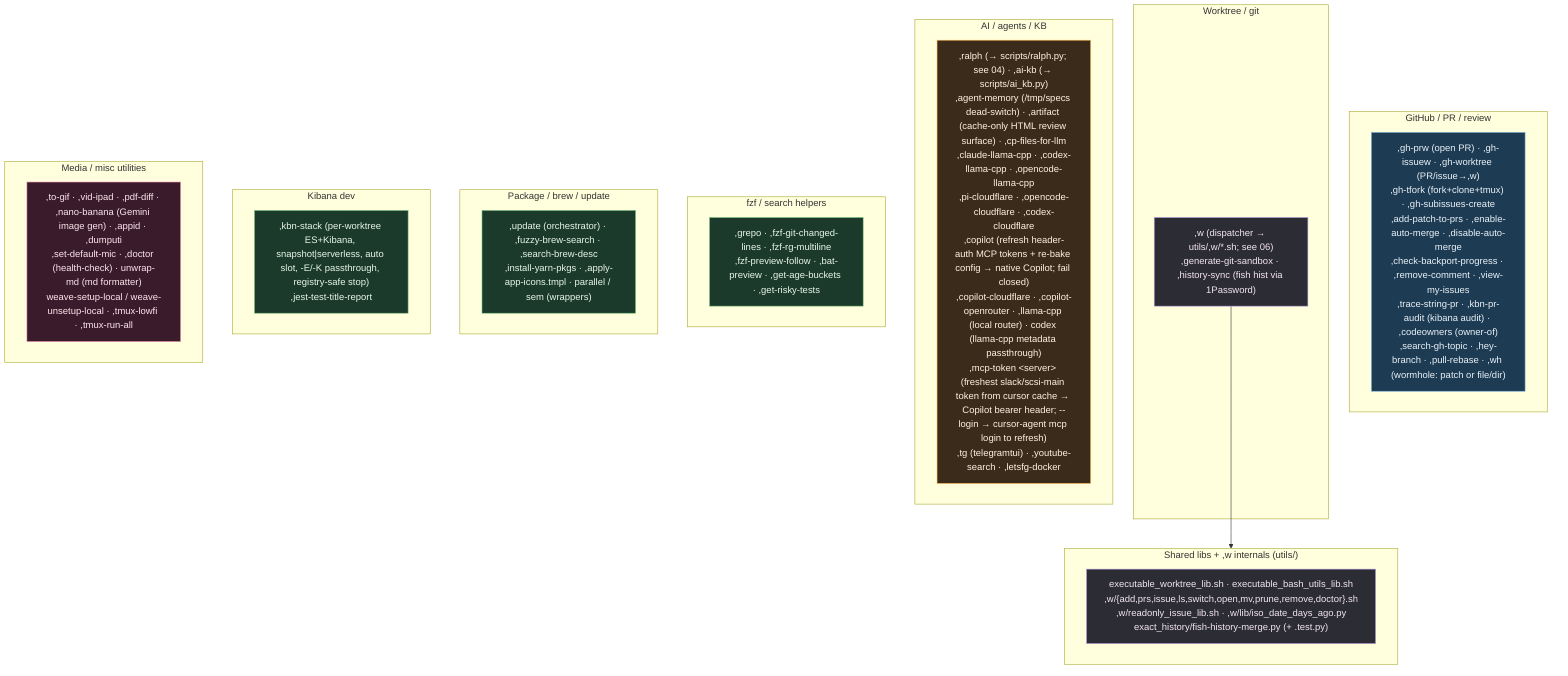
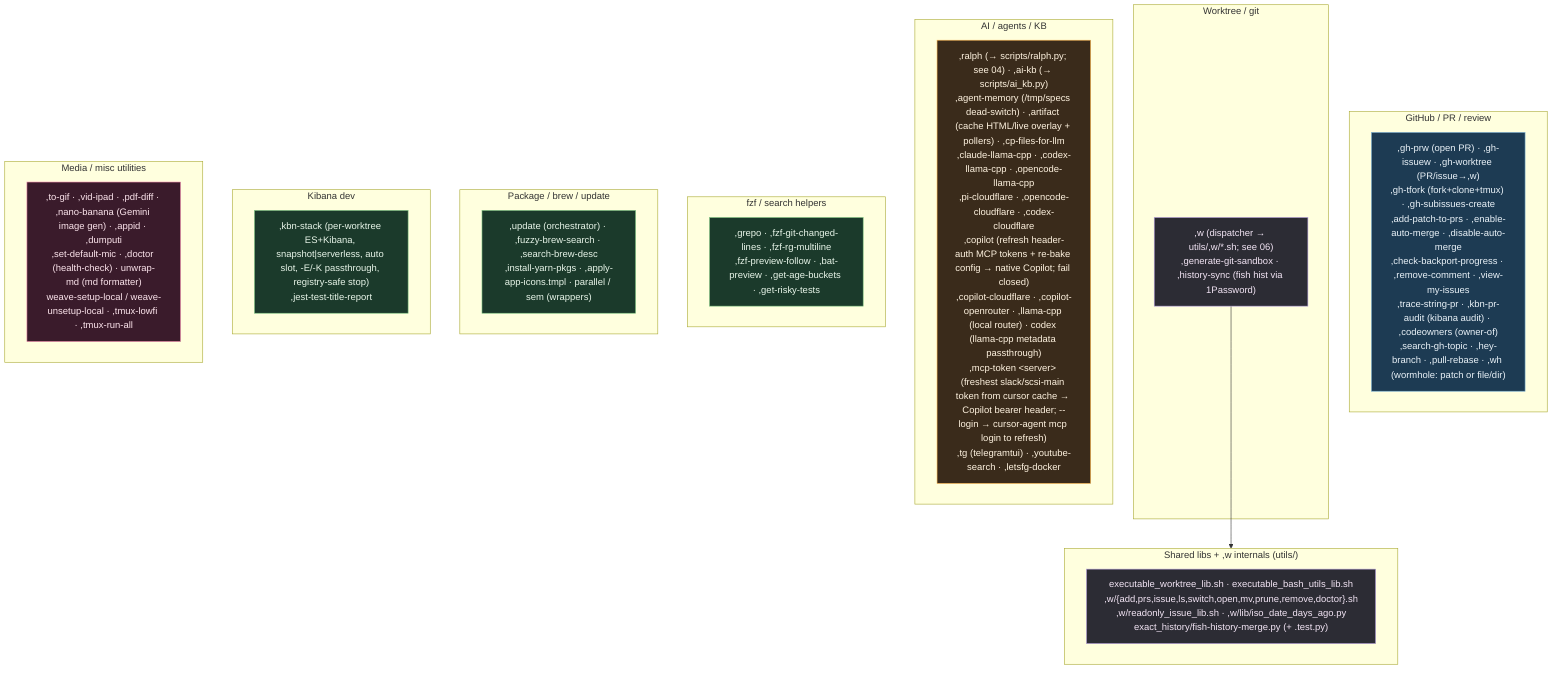
%% ============================================================================
%% 07c-bin-commands.mmd — Every script in home/exact_bin/ (87 incl. utils).
%% executable_,* → ~/bin/,* (comma-prefixed user commands). verify-bin-surface
%% keeps each command covered by fish completions, docs, and this catalog.
%% ============================================================================
flowchart TB
    classDef gh fill:#1d3b53,stroke:#7fb3d5,color:#eaf2f8;
    classDef wt fill:#2c2c34,stroke:#b39ddb,color:#f3e5f5;
    classDef ai fill:#3a2b1b,stroke:#ffb74d,color:#fff3e0;
    classDef media fill:#3a1b2b,stroke:#f48fb1,color:#fce4ec;
    classDef sys fill:#1b3a2b,stroke:#81c784,color:#e8f5e9;

    subgraph GHC["GitHub / PR / review"]
        G[",gh-prw (open PR) · ,gh-issuew · ,gh-worktree (PR/issue→,w)<br/>,gh-tfork (fork+clone+tmux) · ,gh-subissues-create<br/>,add-patch-to-prs · ,enable-auto-merge · ,disable-auto-merge<br/>,check-backport-progress · ,remove-comment · ,view-my-issues<br/>,trace-string-pr · ,kbn-pr-audit (kibana audit) · ,codeowners (owner-of)<br/>,search-gh-topic · ,hey-branch · ,pull-rebase · ,wh (wormhole: patch or file/dir)"]:::gh
    end

    subgraph WTC["Worktree / git"]
        W[",w (dispatcher → utils/,w/*.sh; see 06)<br/>,generate-git-sandbox · ,history-sync (fish hist via 1Password)"]:::wt
    end

    subgraph AIC["AI / agents / KB"]
-         A[",ralph (→ scripts/ralph.py; see 04) · ,ai-kb (→ scripts/ai_kb.py)<br/>,agent-memory (/tmp/specs dead-switch) · ,artifact (cache-only HTML review surface) · ,cp-files-for-llm<br/>,claude-llama-cpp · ,codex-llama-cpp · ,opencode-llama-cpp<br/>,pi-cloudflare · ,opencode-cloudflare · ,codex-cloudflare<br/>,copilot (refresh header-auth MCP tokens + re-bake config → native Copilot; fail closed)<br/>,copilot-cloudflare · ,copilot-openrouter · ,llama-cpp (local router) · codex (llama-cpp metadata passthrough)<br/>,mcp-token &lt;server&gt; (freshest slack/scsi-main token from cursor cache → Copilot bearer header; --login → cursor-agent mcp login to refresh)<br/>,tg (telegramtui) · ,youtube-search · ,letsfg-docker"]:::ai
+         A[",ralph (→ scripts/ralph.py; see 04) · ,ai-kb (→ scripts/ai_kb.py)<br/>,agent-memory (/tmp/specs dead-switch) · ,artifact (cache HTML/live overlay + pollers) · ,cp-files-for-llm<br/>,claude-llama-cpp · ,codex-llama-cpp · ,opencode-llama-cpp<br/>,pi-cloudflare · ,opencode-cloudflare · ,codex-cloudflare<br/>,copilot (refresh header-auth MCP tokens + re-bake config → native Copilot; fail closed)<br/>,copilot-cloudflare · ,copilot-openrouter · ,llama-cpp (local router) · codex (llama-cpp metadata passthrough)<br/>,mcp-token &lt;server&gt; (freshest slack/scsi-main token from cursor cache → Copilot bearer header; --login → cursor-agent mcp login to refresh)<br/>,tg (telegramtui) · ,youtube-search · ,letsfg-docker"]:::ai
    end

    subgraph FZFC["fzf / search helpers"]
        F[",grepo · ,fzf-git-changed-lines · ,fzf-rg-multiline<br/>,fzf-preview-follow · ,bat-preview · ,get-age-buckets · ,get-risky-tests"]:::sys
    end

    subgraph PKGC["Package / brew / update"]
        P[",update (orchestrator) · ,fuzzy-brew-search · ,search-brew-desc<br/>,install-yarn-pkgs · ,apply-app-icons.tmpl · parallel / sem (wrappers)"]:::sys
    end

    subgraph KBNC["Kibana dev"]
        K[",kbn-stack (per-worktree ES+Kibana, snapshot|serverless, auto slot, -E/-K passthrough, registry-safe stop)<br/>,jest-test-title-report"]:::sys
    end

    subgraph MEDIA["Media / misc utilities"]
        M[",to-gif · ,vid-ipad · ,pdf-diff · ,nano-banana (Gemini image gen) · ,appid · ,dumputi<br/>,set-default-mic · ,doctor (health-check) · unwrap-md (md formatter)<br/>weave-setup-local / weave-unsetup-local · ,tmux-lowfi · ,tmux-run-all"]:::media
    end

    subgraph LIBS["Shared libs + ,w internals (utils/)"]
        L["executable_worktree_lib.sh · executable_bash_utils_lib.sh<br/>,w/{add,prs,issue,ls,switch,open,mv,prune,remove,doctor}.sh<br/>,w/readonly_issue_lib.sh · ,w/lib/iso_date_days_ago.py<br/>exact_history/fish-history-merge.py (+ .test.py)"]:::wt
    end
    W --> LIBS
